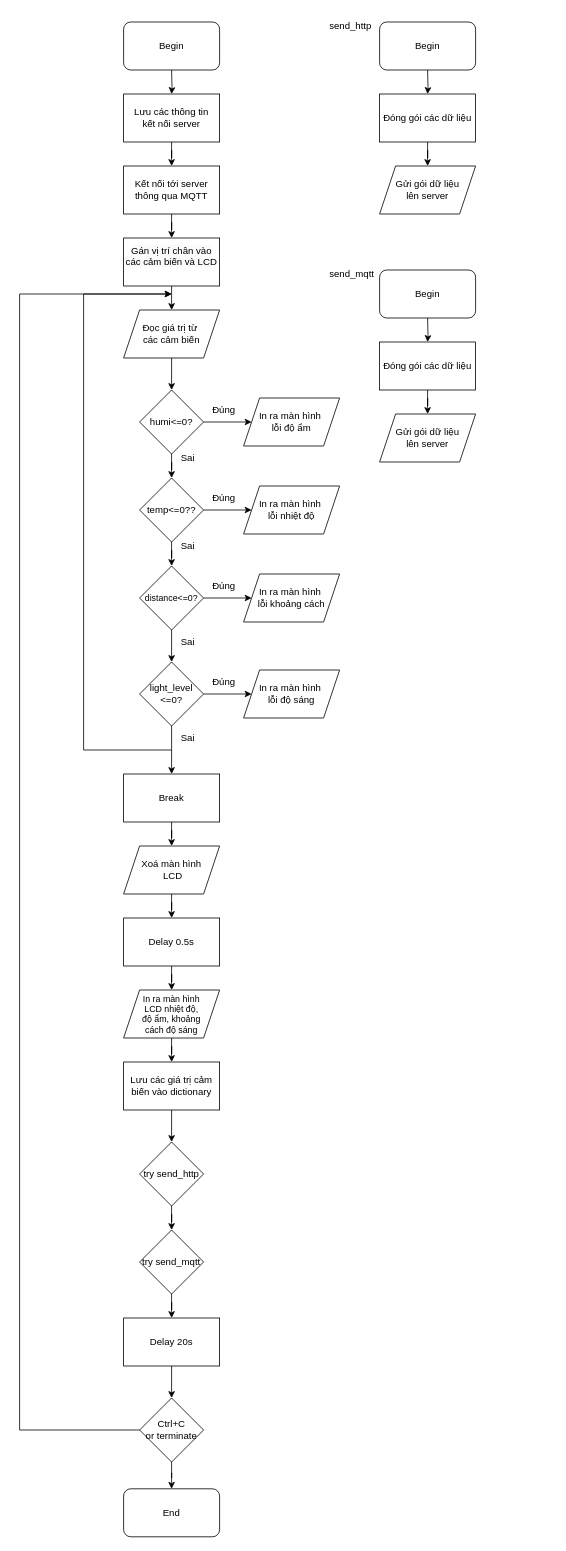
Above: IoTB3_flowchart.drawio in itismedinh/itismedinh-github (draw.io), before the change. Source tidied: cells renumbered, new cells numbered last; positions are measured from the earlier drawing's top-left corner, leaving out a move shared by most shapes. Both pictures are drawn from the tidied source at 80%, with x=0, y=0 at pixel (19, 14).
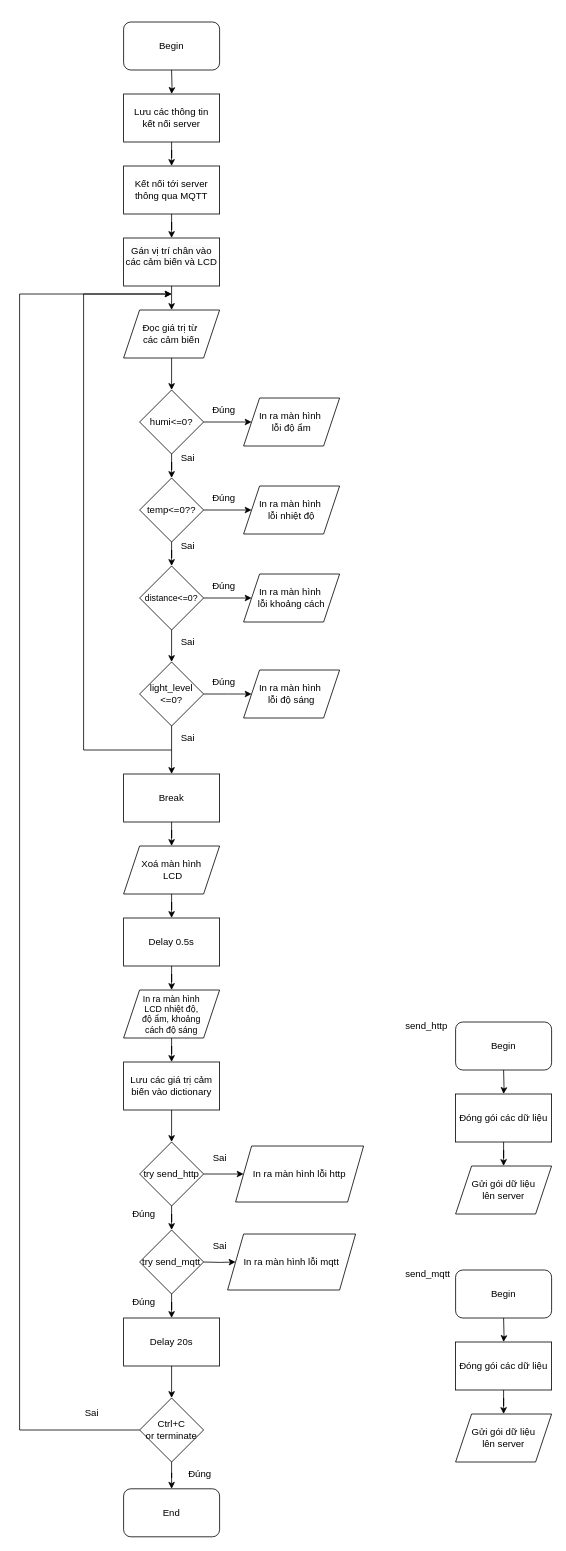
The same page after the edit.

The change refers to these unchanged cells:
```xml
<mxCell id="63" value="try send_http" style="rhombus;whiteSpace=wrap;html=1;" parent="1" vertex="1">
  <mxGeometry x="150" y="1410" width="80" height="80" as="geometry" />
</mxCell>
```

The edit, as a diff of the source:
```diff
@@
     <mxCell id="8" value="Đóng gói các dữ liệu" style="rounded=0;whiteSpace=wrap;html=1;" parent="1" vertex="1">
-      <mxGeometry x="450" y="100" width="120" height="60" as="geometry" />
+      <mxGeometry x="545" y="1350" width="120" height="60" as="geometry" />
     </mxCell>
     <mxCell id="9" style="edgeStyle=orthogonalEdgeStyle;rounded=0;jettySize=auto;html=1;" parent="1" edge="1" target="8">
       <mxGeometry relative="1" as="geometry">
-        <mxPoint x="510" y="70" as="sourcePoint" />
+        <mxPoint x="605" y="1320" as="sourcePoint" />
       </mxGeometry>
     </mxCell>
     <mxCell id="10" value="Begin" style="rounded=1;whiteSpace=wrap;html=1;" parent="1" vertex="1">
-      <mxGeometry x="450" y="10" width="120" height="60" as="geometry" />
+      <mxGeometry x="545" y="1260" width="120" height="60" as="geometry" />
     </mxCell>
     <mxCell id="11" value="send_http&amp;nbsp;" style="text;html=1;align=center;verticalAlign=middle;strokeColor=none;fillColor=none;" parent="1" vertex="1">
-      <mxGeometry x="375" width="80" height="30" as="geometry" />
+      <mxGeometry x="470" y="1250" width="80" height="30" as="geometry" />
     </mxCell>
     <mxCell id="12" value="Gửi gói dữ liệu&lt;div&gt;lên server&lt;/div&gt;" style="shape=parallelogram;perimeter=parallelogramPerimeter;whiteSpace=wrap;html=1;fixedSize=1;" parent="1" vertex="1">
-      <mxGeometry x="450" y="190" width="120" height="60" as="geometry" />
+      <mxGeometry x="545" y="1440" width="120" height="60" as="geometry" />
     </mxCell>
@@
     <mxCell id="14" value="Đóng gói các dữ liệu" style="rounded=0;whiteSpace=wrap;html=1;" parent="1" vertex="1">
-      <mxGeometry x="450" y="410" width="120" height="60" as="geometry" />
+      <mxGeometry x="545" y="1660" width="120" height="60" as="geometry" />
     </mxCell>
     <mxCell id="15" style="edgeStyle=orthogonalEdgeStyle;rounded=0;jettySize=auto;html=1;" parent="1" edge="1" target="14">
       <mxGeometry relative="1" as="geometry">
-        <mxPoint x="510" y="380" as="sourcePoint" />
+        <mxPoint x="605" y="1630" as="sourcePoint" />
       </mxGeometry>
     </mxCell>
     <mxCell id="16" value="Begin" style="rounded=1;whiteSpace=wrap;html=1;" parent="1" vertex="1">
-      <mxGeometry x="450" y="320" width="120" height="60" as="geometry" />
+      <mxGeometry x="545" y="1570" width="120" height="60" as="geometry" />
     </mxCell>
     <mxCell id="17" value="send_mqtt" style="text;html=1;align=center;verticalAlign=middle;strokeColor=none;fillColor=none;" parent="1" vertex="1">
-      <mxGeometry x="375" y="310" width="80" height="30" as="geometry" />
+      <mxGeometry x="470" y="1560" width="80" height="30" as="geometry" />
     </mxCell>
     <mxCell id="18" value="Gửi gói dữ liệu&lt;div&gt;lên server&lt;/div&gt;" style="shape=parallelogram;perimeter=parallelogramPerimeter;whiteSpace=wrap;html=1;fixedSize=1;" parent="1" vertex="1">
-      <mxGeometry x="450" y="500" width="120" height="60" as="geometry" />
+      <mxGeometry x="545" y="1750" width="120" height="60" as="geometry" />
     </mxCell>
@@
+    <mxCell id="69" style="edgeStyle=orthogonalEdgeStyle;rounded=0;jettySize=auto;html=1;" parent="1" edge="1" source="63" target="70">
+      <mxGeometry relative="1" as="geometry" />
+    </mxCell>
@@
+    <mxCell id="70" value="In ra màn hình lỗi http" style="shape=parallelogram;perimeter=parallelogramPerimeter;whiteSpace=wrap;html=1;fixedSize=1;" parent="1" vertex="1">
+      <mxGeometry x="270" y="1415" width="160" height="70" as="geometry" />
+    </mxCell>
+    <mxCell id="71" style="edgeStyle=orthogonalEdgeStyle;rounded=0;jettySize=auto;html=1;" parent="1" edge="1" target="72">
+      <mxGeometry relative="1" as="geometry">
+        <mxPoint x="230" y="1560" as="sourcePoint" />
+      </mxGeometry>
+    </mxCell>
+    <mxCell id="72" value="In ra màn hình lỗi mqtt" style="shape=parallelogram;perimeter=parallelogramPerimeter;whiteSpace=wrap;html=1;fixedSize=1;" parent="1" vertex="1">
+      <mxGeometry x="260" y="1525" width="160" height="70" as="geometry" />
+    </mxCell>
+    <mxCell id="73" value="Đúng" style="text;html=1;align=center;verticalAlign=middle;strokeColor=none;fillColor=none;" parent="1" vertex="1">
+      <mxGeometry x="130" y="1595" width="50" height="30" as="geometry" />
+    </mxCell>
+    <mxCell id="74" value="Đúng" style="text;html=1;align=center;verticalAlign=middle;strokeColor=none;fillColor=none;" parent="1" vertex="1">
+      <mxGeometry x="130" y="1485" width="50" height="30" as="geometry" />
+    </mxCell>
+    <mxCell id="75" value="Sai" style="text;html=1;align=center;verticalAlign=middle;strokeColor=none;fillColor=none;" parent="1" vertex="1">
+      <mxGeometry x="230" y="1415" width="40" height="30" as="geometry" />
+    </mxCell>
+    <mxCell id="76" value="Sai" style="text;html=1;align=center;verticalAlign=middle;strokeColor=none;fillColor=none;" parent="1" vertex="1">
+      <mxGeometry x="230" y="1525" width="40" height="30" as="geometry" />
+    </mxCell>
+    <mxCell id="77" value="Đúng" style="text;html=1;align=center;verticalAlign=middle;strokeColor=none;fillColor=none;" parent="1" vertex="1">
+      <mxGeometry x="200" y="1810" width="50" height="30" as="geometry" />
+    </mxCell>
+    <mxCell id="78" value="Sai" style="text;html=1;align=center;verticalAlign=middle;strokeColor=none;fillColor=none;" parent="1" vertex="1">
+      <mxGeometry x="70" y="1734" width="40" height="30" as="geometry" />
+    </mxCell>
```
